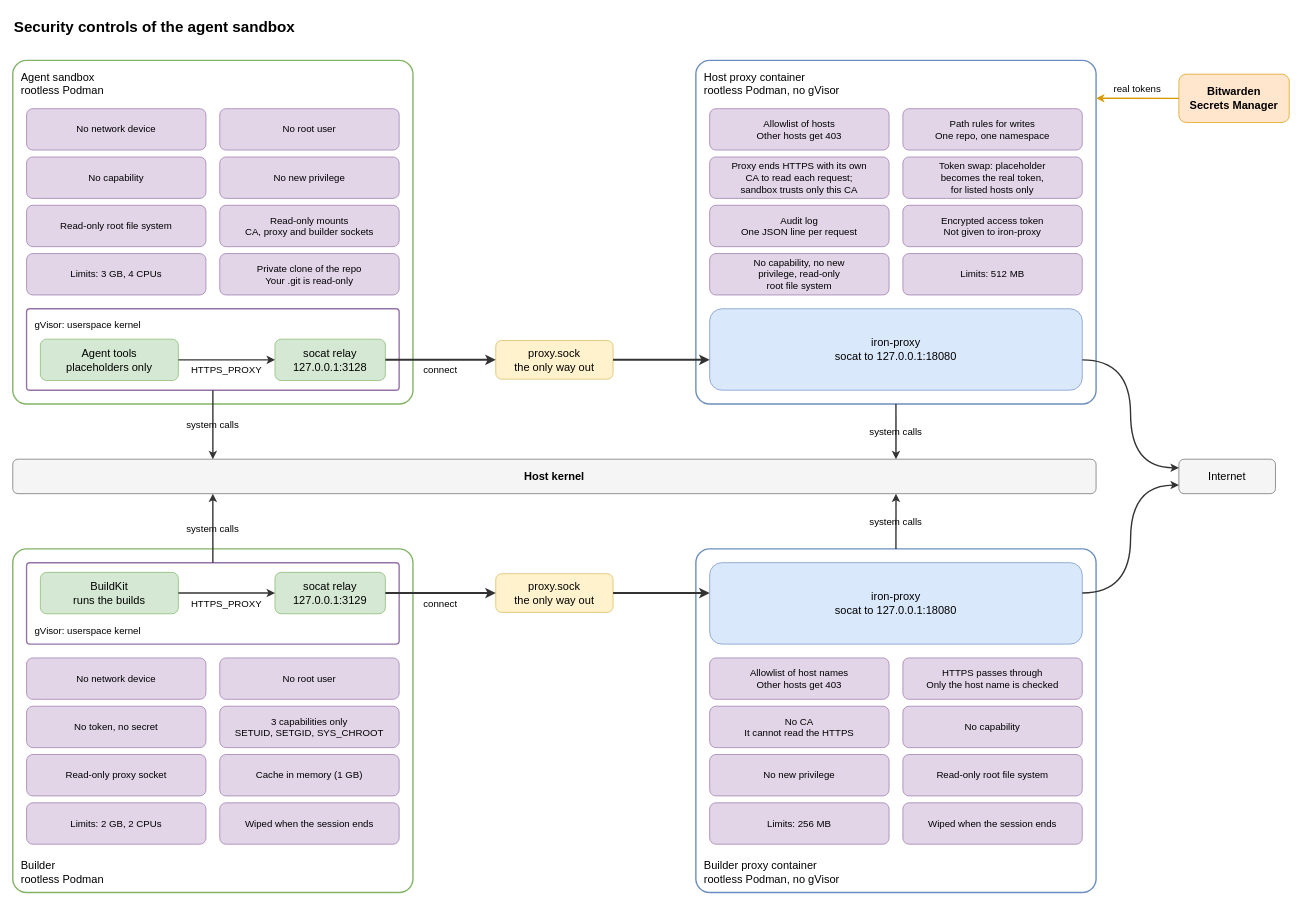
This is .sandbox/docs/diagrams/security-controls.drawio from raghav19/engineersdaybook, a draw.io file, before an edit. Source tidied: cells renumbered, new cells numbered last; positions are measured from the earlier drawing's top-left corner, leaving out a move shared by most shapes. Both pictures are drawn from the tidied source at 69%, with x=0, y=0 at pixel (12, 12).
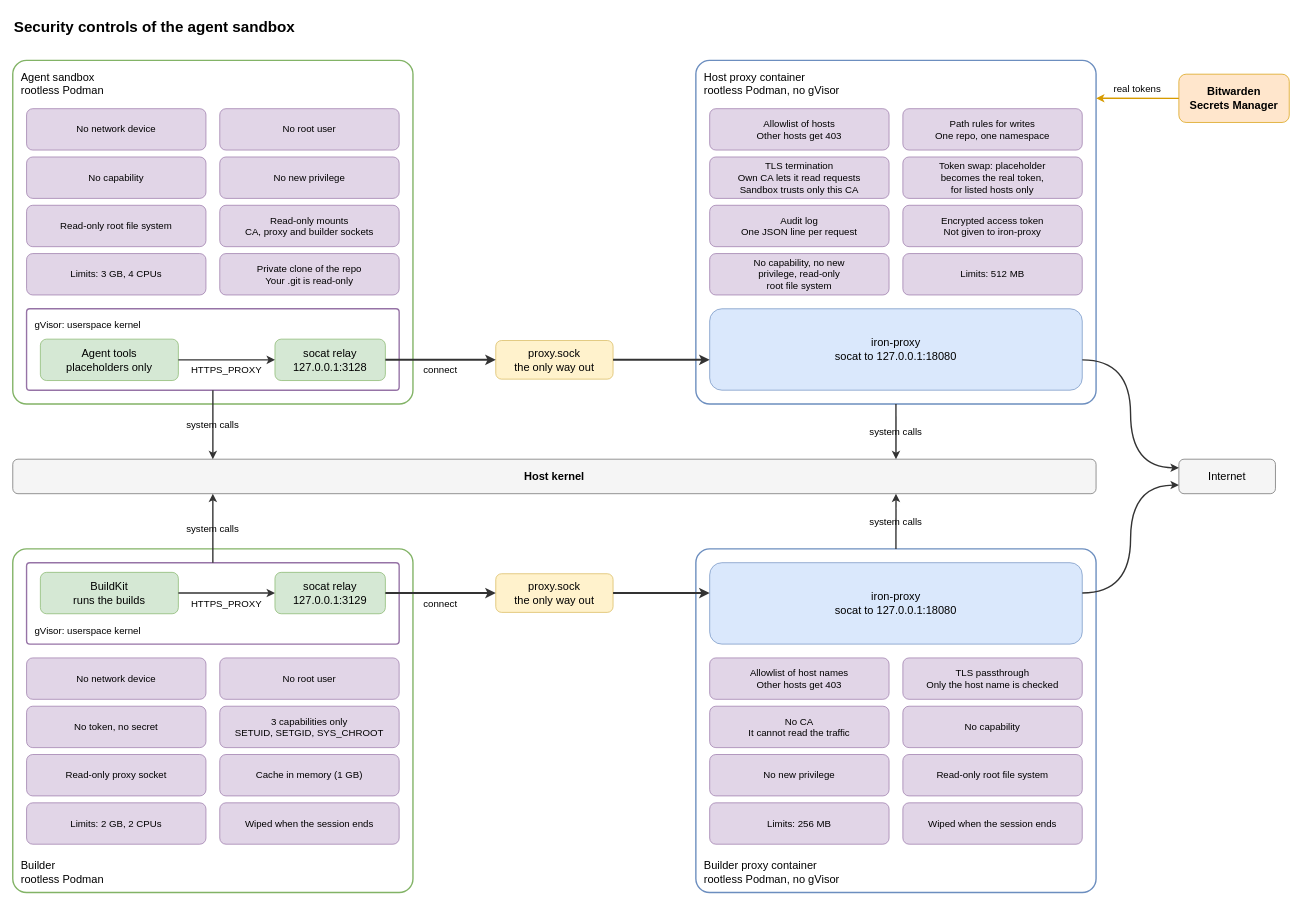
The same page after the edit.

Commit message (it also covers changes not shown here):
sandbox: name TLS termination and TLS passthrough in the controls diagram

The host proxy box says TLS termination. The builder proxy box says TLS
passthrough.

What changed in the source:
```diff
@@
-    <mxCell id="7" value="Proxy ends HTTPS with its own&#10;CA to read each request;&#10;sandbox trusts only this CA" style="rounded=1;whiteSpace=wrap;html=0;fontSize=14;fillColor=#e1d5e7;strokeColor=#9673a6;" parent="1" vertex="1">
+    <mxCell id="7" value="TLS termination&#10;Own CA lets it read requests&#10;Sandbox trusts only this CA" style="rounded=1;whiteSpace=wrap;html=0;fontSize=14;fillColor=#e1d5e7;strokeColor=#9673a6;" parent="1" vertex="1">
       <mxGeometry x="1010" y="210" width="260" height="60" as="geometry" />
     </mxCell>
@@
-    <mxCell id="16" value="HTTPS passes through&#10;Only the host name is checked" style="rounded=1;whiteSpace=wrap;html=0;fontSize=14;fillColor=#e1d5e7;strokeColor=#9673a6;" parent="1" vertex="1">
+    <mxCell id="16" value="TLS passthrough&#10;Only the host name is checked" style="rounded=1;whiteSpace=wrap;html=0;fontSize=14;fillColor=#e1d5e7;strokeColor=#9673a6;" parent="1" vertex="1">
       <mxGeometry x="1290" y="936" width="260" height="60" as="geometry" />
     </mxCell>
-    <mxCell id="17" value="No CA&#10;It cannot read the HTTPS" style="rounded=1;whiteSpace=wrap;html=0;fontSize=14;fillColor=#e1d5e7;strokeColor=#9673a6;" parent="1" vertex="1">
+    <mxCell id="17" value="No CA&#10;It cannot read the traffic" style="rounded=1;whiteSpace=wrap;html=0;fontSize=14;fillColor=#e1d5e7;strokeColor=#9673a6;" parent="1" vertex="1">
       <mxGeometry x="1010" y="1006" width="260" height="60" as="geometry" />
     </mxCell>
```
